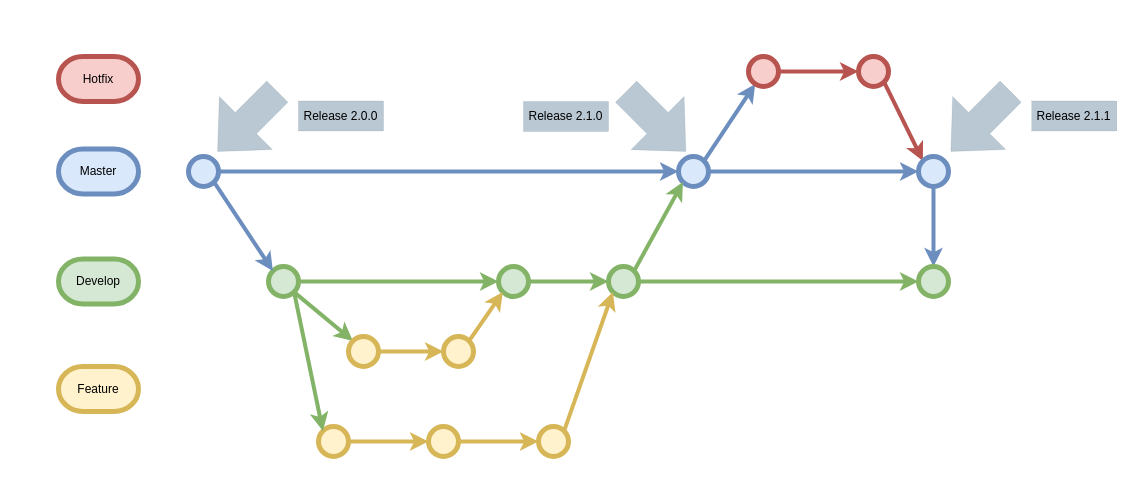
hunorbatori/misc keeps this draw.io diagram as gitflow.drawio. Above is the earlier version. Source tidied: cells renumbered, new cells numbered last; positions are measured from the earlier drawing's top-left corner, leaving out a move shared by most shapes. Both pictures are drawn from the tidied source at 100%, with x=0, y=0 at pixel (58, 56).
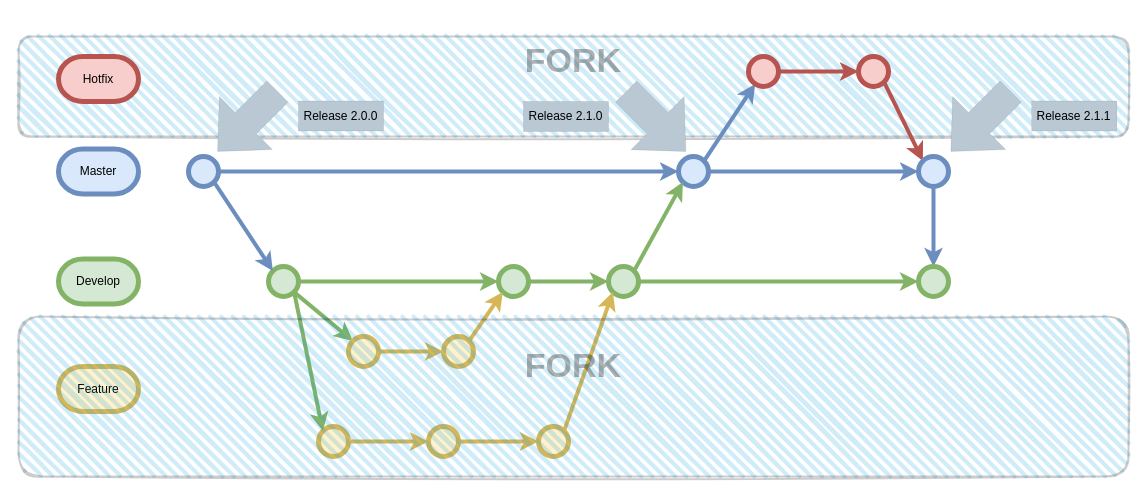
Above is the later version.

Commit message (it also covers changes not shown here):
Make fork branches more clear

The edit, as a diff of the source:
```diff
@@
+    <mxCell id="44" value="&lt;h1 style=&quot;font-size: 34px;&quot;&gt;FORK&lt;/h1&gt;" style="rounded=1;whiteSpace=wrap;html=1;strokeWidth=2;fillWeight=4;hachureGap=8;hachureAngle=45;fillColor=#1ba1e2;sketch=1;shadow=0;glass=0;opacity=20;fontSize=34;verticalAlign=middle;labelPosition=center;verticalLabelPosition=middle;align=center;spacing=0;spacingBottom=52;textOpacity=30;" parent="1" vertex="1">
+      <mxGeometry x="-40" y="-20" width="1110" height="100" as="geometry" />
+    </mxCell>
@@
+    <mxCell id="45" value="&lt;h1 style=&quot;font-size: 34px;&quot;&gt;FORK&lt;/h1&gt;" style="rounded=1;whiteSpace=wrap;html=1;strokeWidth=2;fillWeight=4;hachureGap=8;hachureAngle=45;fillColor=#1ba1e2;sketch=1;shadow=0;glass=0;opacity=20;fontSize=34;verticalAlign=middle;labelPosition=center;verticalLabelPosition=middle;align=center;spacing=0;spacingBottom=63;textOpacity=30;spacingRight=0;spacingLeft=0;" parent="1" vertex="1">
+      <mxGeometry x="-40" y="260" width="1110" height="160" as="geometry" />
+    </mxCell>
```
